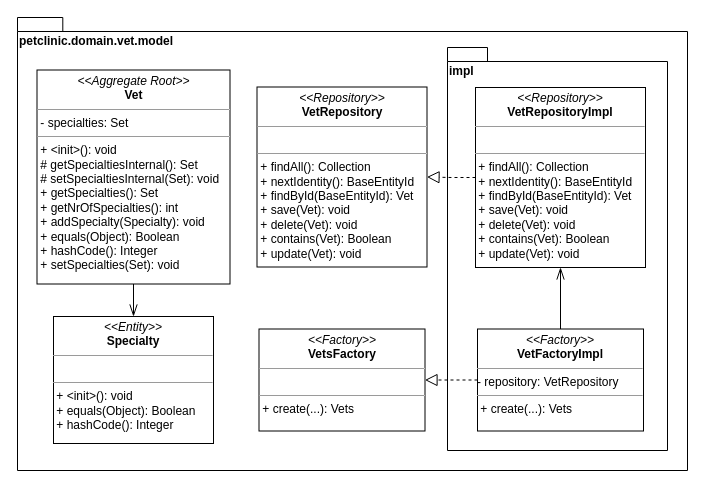
Earlier version of the draw.io diagram page "new-domain-vet" (7 of 7) of gfx/example/petclinic/raw/uml-petclinic.drawio (DanielKraft/bachelor-thesis). Source tidied: cells renumbered, new cells numbered last; positions are measured from the earlier drawing's top-left corner, leaving out a move shared by most shapes. Both pictures are drawn from the tidied source at 100%, with x=0, y=0 at pixel (17, 17).
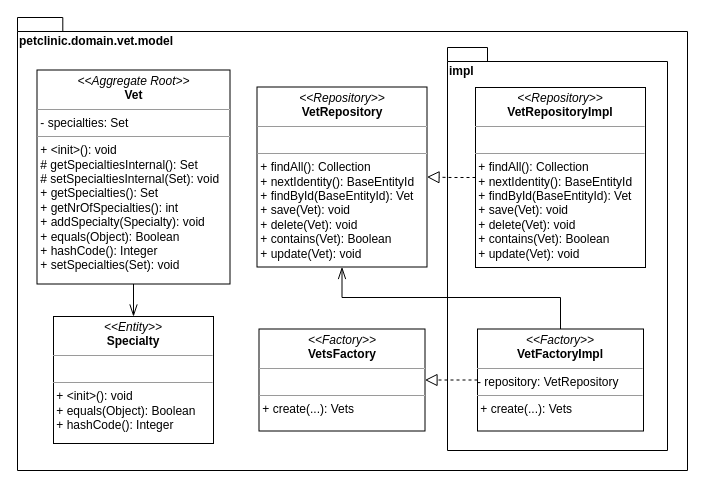
The same page after the edit.

What changed in the source:
```diff
@@
 <mxGraphModel>
   <root>
     <mxCell id="0" />
     <mxCell id="1" parent="0" />
     <mxCell id="2" value="petclinic.domain.vet.model" style="shape=folder;fontStyle=1;spacingTop=10;tabWidth=40;tabHeight=14;tabPosition=left;html=1;align=left;horizontal=1;verticalAlign=top;" parent="1" vertex="1">
       <mxGeometry width="670" height="453" as="geometry" />
     </mxCell>
     <mxCell id="3" value="impl" style="shape=folder;fontStyle=1;spacingTop=10;tabWidth=40;tabHeight=14;tabPosition=left;html=1;align=left;horizontal=1;verticalAlign=top;" parent="1" vertex="1">
       <mxGeometry x="430" y="30" width="220" height="403" as="geometry" />
     </mxCell>
     <mxCell id="4" style="edgeStyle=orthogonalEdgeStyle;rounded=0;jettySize=auto;html=1;exitX=0;exitY=0.5;exitDx=0;exitDy=0;entryX=1;entryY=0.5;entryDx=0;entryDy=0;startArrow=none;startFill=0;startSize=10;endArrow=block;endFill=0;endSize=10;dashed=1;" parent="1" edge="1" source="5" target="9">
       <mxGeometry relative="1" as="geometry" />
     </mxCell>
     <mxCell id="5" value="&lt;p style=&quot;margin: 0px ; margin-top: 4px ; text-align: center&quot;&gt;&lt;i&gt;&amp;lt;&amp;lt;Repository&amp;gt;&amp;gt;&lt;/i&gt;&lt;br&gt;&lt;b&gt;VetRepositoryImpl&lt;/b&gt;&lt;/p&gt;&lt;hr size=&quot;1&quot;&gt;&lt;div&gt;&lt;br&gt;&lt;/div&gt;&lt;hr size=&quot;1&quot;&gt;&lt;div&gt;&amp;nbsp;+ findAll(): Collection&lt;/div&gt;&lt;div&gt;&amp;nbsp;+ nextIdentity(): BaseEntityId&lt;/div&gt;&lt;div&gt;&amp;nbsp;+ findById(BaseEntityId): Vet&lt;/div&gt;&lt;div&gt;&amp;nbsp;+ save(Vet): void&lt;/div&gt;&lt;div&gt;&amp;nbsp;+ delete(Vet): void&lt;/div&gt;&lt;div&gt;&amp;nbsp;+ contains(Vet): Boolean&lt;/div&gt;&lt;div&gt;&amp;nbsp;+ update(Vet): void&lt;/div&gt;" style="verticalAlign=top;align=left;overflow=fill;fontSize=12;fontFamily=Helvetica;html=1;" parent="1" vertex="1">
       <mxGeometry x="458" y="70" width="170" height="180" as="geometry" />
     </mxCell>
-    <mxCell id="6" style="edgeStyle=orthogonalEdgeStyle;rounded=0;jettySize=auto;html=1;startArrow=none;startFill=0;startSize=10;endArrow=openThin;endFill=0;endSize=10;entryX=0.5;entryY=1;entryDx=0;entryDy=0;" parent="1" edge="1" source="8" target="5">
-      <mxGeometry relative="1" as="geometry" />
+    <mxCell id="6" style="edgeStyle=orthogonalEdgeStyle;rounded=0;jettySize=auto;html=1;startArrow=none;startFill=0;startSize=10;endArrow=openThin;endFill=0;endSize=10;entryX=0.5;entryY=1;entryDx=0;entryDy=0;" parent="1" edge="1" source="8" target="9">
+      <mxGeometry relative="1" as="geometry">
+        <Array as="points">
+          <mxPoint x="543" y="280" />
+          <mxPoint x="325" y="280" />
+        </Array>
+      </mxGeometry>
     </mxCell>
     <mxCell id="7" style="edgeStyle=orthogonalEdgeStyle;rounded=0;jettySize=auto;html=1;exitX=0;exitY=0.5;exitDx=0;exitDy=0;entryX=1;entryY=0.5;entryDx=0;entryDy=0;startArrow=none;startFill=0;startSize=10;endArrow=block;endFill=0;endSize=10;dashed=1;" parent="1" edge="1" source="8" target="10">
       <mxGeometry relative="1" as="geometry" />
     </mxCell>
     <mxCell id="8" value="&lt;p style=&quot;margin: 0px ; margin-top: 4px ; text-align: center&quot;&gt;&lt;i&gt;&amp;lt;&amp;lt;Factory&amp;gt;&amp;gt;&lt;/i&gt;&lt;br&gt;&lt;b&gt;VetFactoryImpl&lt;/b&gt;&lt;/p&gt;&lt;hr size=&quot;1&quot;&gt;- repository: VetRepository&lt;br&gt;&lt;hr size=&quot;1&quot;&gt;&lt;div&gt;&amp;nbsp;+ create(...): Vets&lt;/div&gt;" style="verticalAlign=top;align=left;overflow=fill;fontSize=12;fontFamily=Helvetica;html=1;" parent="1" vertex="1">
       <mxGeometry x="460" y="311.5" width="166" height="102" as="geometry" />
     </mxCell>
     <mxCell id="9" value="&lt;p style=&quot;margin: 0px ; margin-top: 4px ; text-align: center&quot;&gt;&lt;i&gt;&amp;lt;&amp;lt;Repository&amp;gt;&amp;gt;&lt;/i&gt;&lt;br&gt;&lt;b&gt;VetRepository&lt;/b&gt;&lt;/p&gt;&lt;hr size=&quot;1&quot;&gt;&lt;div&gt;&lt;br&gt;&lt;/div&gt;&lt;hr size=&quot;1&quot;&gt;&lt;div&gt;&amp;nbsp;+ findAll(): Collection&lt;/div&gt;&lt;div&gt;&amp;nbsp;+ nextIdentity(): BaseEntityId&lt;/div&gt;&lt;div&gt;&amp;nbsp;+ findById(BaseEntityId): Vet&lt;/div&gt;&lt;div&gt;&amp;nbsp;+ save(Vet): void&lt;/div&gt;&lt;div&gt;&amp;nbsp;+ delete(Vet): void&lt;/div&gt;&lt;div&gt;&amp;nbsp;+ contains(Vet): Boolean&lt;/div&gt;&lt;div&gt;&amp;nbsp;+ update(Vet): void&lt;/div&gt;" style="verticalAlign=top;align=left;overflow=fill;fontSize=12;fontFamily=Helvetica;html=1;" parent="1" vertex="1">
       <mxGeometry x="239.5" y="69.5" width="170" height="180" as="geometry" />
     </mxCell>
     <mxCell id="10" value="&lt;p style=&quot;margin: 0px ; margin-top: 4px ; text-align: center&quot;&gt;&lt;i&gt;&amp;lt;&amp;lt;Factory&amp;gt;&amp;gt;&lt;/i&gt;&lt;br&gt;&lt;b&gt;VetsFactory&lt;/b&gt;&lt;b&gt;&lt;/b&gt;&lt;/p&gt;&lt;hr size=&quot;1&quot;&gt;&lt;br&gt;&lt;hr size=&quot;1&quot;&gt;&lt;div&gt;&amp;nbsp;+ create(...): Vets&lt;/div&gt;" style="verticalAlign=top;align=left;overflow=fill;fontSize=12;fontFamily=Helvetica;html=1;" parent="1" vertex="1">
       <mxGeometry x="241.5" y="311.5" width="166" height="102" as="geometry" />
     </mxCell>
     <mxCell id="11" style="edgeStyle=orthogonalEdgeStyle;rounded=0;jettySize=auto;html=1;startArrow=none;startFill=0;startSize=10;endArrow=openThin;endFill=0;endSize=10;" parent="1" edge="1" source="12" target="13">
       <mxGeometry relative="1" as="geometry" />
     </mxCell>
     <mxCell id="12" value="&lt;p style=&quot;margin: 0px ; margin-top: 4px ; text-align: center&quot;&gt;&lt;i&gt;&amp;lt;&amp;lt;Aggregate Root&amp;gt;&amp;gt;&lt;/i&gt;&lt;br&gt;&lt;b&gt;Vet&lt;/b&gt;&lt;/p&gt;&lt;hr size=&quot;1&quot;&gt;&lt;div&gt;&amp;nbsp;- specialties: Set&lt;/div&gt;&lt;hr size=&quot;1&quot;&gt;&lt;div&gt;&amp;nbsp;+ &amp;lt;init&amp;gt;(): void&lt;/div&gt;&lt;div&gt;&amp;nbsp;# getSpecialtiesInternal(): Set&lt;/div&gt;&lt;div&gt;&amp;nbsp;# setSpecialtiesInternal(Set): void&lt;/div&gt;&lt;div&gt;&amp;nbsp;+ getSpecialties(): Set&lt;/div&gt;&lt;div&gt;&amp;nbsp;+ getNrOfSpecialties(): int&lt;/div&gt;&lt;div&gt;&amp;nbsp;+ addSpecialty(Specialty): void&lt;/div&gt;&lt;div&gt;&amp;nbsp;+ equals(Object): Boolean&lt;/div&gt;&lt;div&gt;&amp;nbsp;+ hashCode(): Integer&lt;/div&gt;&lt;div&gt;&amp;nbsp;+ setSpecialties(Set): void&lt;/div&gt;" style="verticalAlign=top;align=left;overflow=fill;fontSize=12;fontFamily=Helvetica;html=1;" parent="1" vertex="1">
       <mxGeometry x="19.5" y="52.5" width="193" height="214" as="geometry" />
     </mxCell>
     <mxCell id="13" value="&lt;p style=&quot;margin: 0px ; margin-top: 4px ; text-align: center&quot;&gt;&lt;i&gt;&amp;lt;&amp;lt;Entity&amp;gt;&amp;gt;&lt;/i&gt;&lt;br&gt;&lt;b&gt;Specialty&lt;/b&gt;&lt;/p&gt;&lt;hr size=&quot;1&quot;&gt;&lt;div&gt;&amp;nbsp;&lt;/div&gt;&lt;hr size=&quot;1&quot;&gt;&lt;div&gt;&amp;nbsp;+ &amp;lt;init&amp;gt;(): void&lt;div&gt;&amp;nbsp;+ equals(Object): Boolean&lt;/div&gt;&lt;div&gt;&amp;nbsp;+ hashCode(): Integer&lt;/div&gt;&lt;/div&gt;" style="verticalAlign=top;align=left;overflow=fill;fontSize=12;fontFamily=Helvetica;html=1;" parent="1" vertex="1">
       <mxGeometry x="36" y="299" width="160" height="127" as="geometry" />
     </mxCell>
   </root>
 </mxGraphModel>
```
